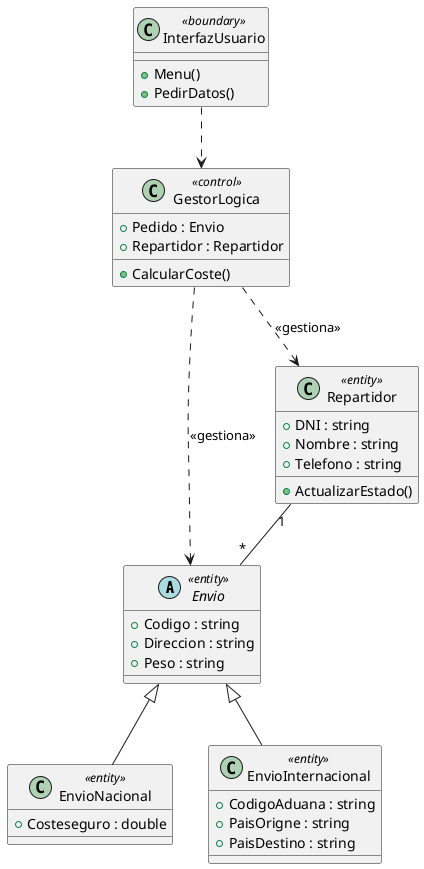
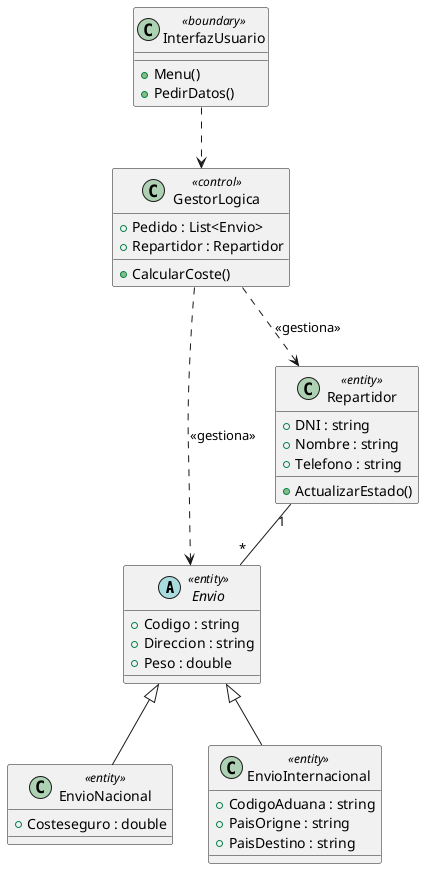
﻿    @startuml

    ' Entidades
    abstract class Envio <<entity>> {
        + Codigo : string
        + Direccion : string
-         + Peso : string
+         + Peso : double
    }

    class EnvioNacional <<entity>> {
        + Costeseguro : double
    }

    class EnvioInternacional <<entity>> {
        + CodigoAduana : string
        + PaisOrigne : string
        + PaisDestino : string
    }

    class Repartidor <<entity>> {
        + DNI : string
        + Nombre : string
        + Telefono : string

        + ActualizarEstado()
    }

    ' Control
    class GestorLogica <<control>> {
-         + Pedido : Envio
+         + Pedido : List<Envio>
        + Repartidor : Repartidor

        + CalcularCoste()
    }

    class InterfazUsuario <<boundary>> {
        + Menu()
        + PedirDatos()
    }

    ' Herencia
    Envio <|-- EnvioNacional
    Envio <|-- EnvioInternacional

    ' Relaciones
    Repartidor "1" -- "*" Envio
    GestorLogica ..> Envio : <<gestiona>>
    GestorLogica ..> Repartidor : <<gestiona>>
    InterfazUsuario ..> GestorLogica

@enduml